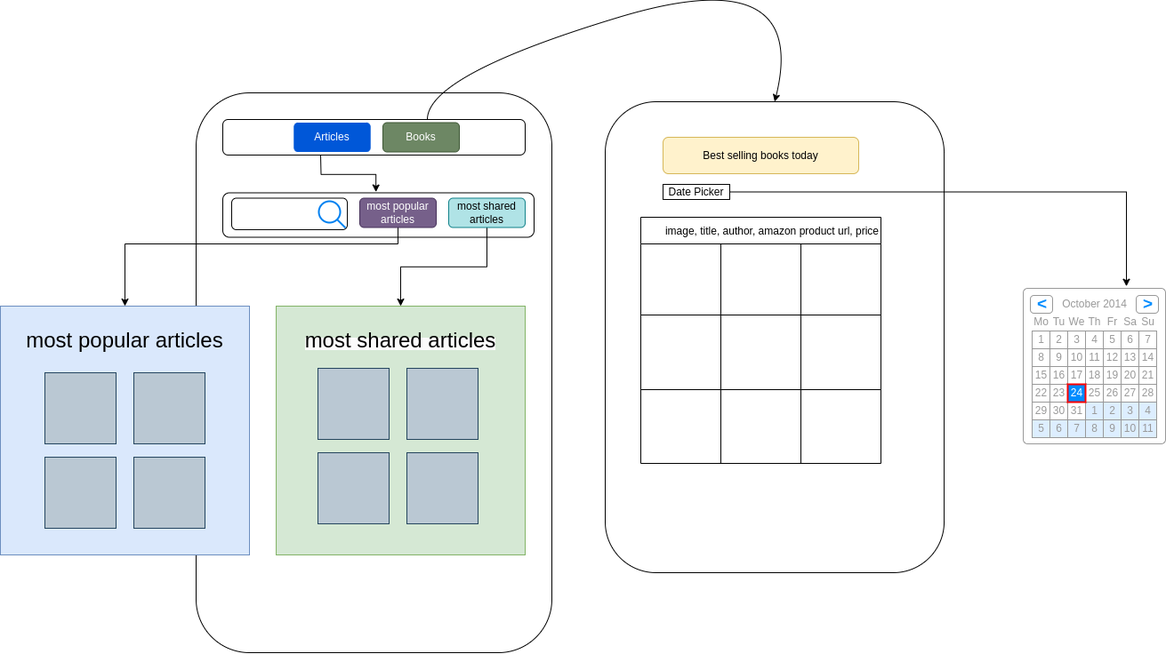
Earlier version of the draw.io export src/assets/data-flow.png (Eth3R-One/NY-Times-api-integration). Source tidied: cells renumbered, new cells last; positions are measured from the earlier drawing's top-left corner, leaving out a move shared by most shapes.
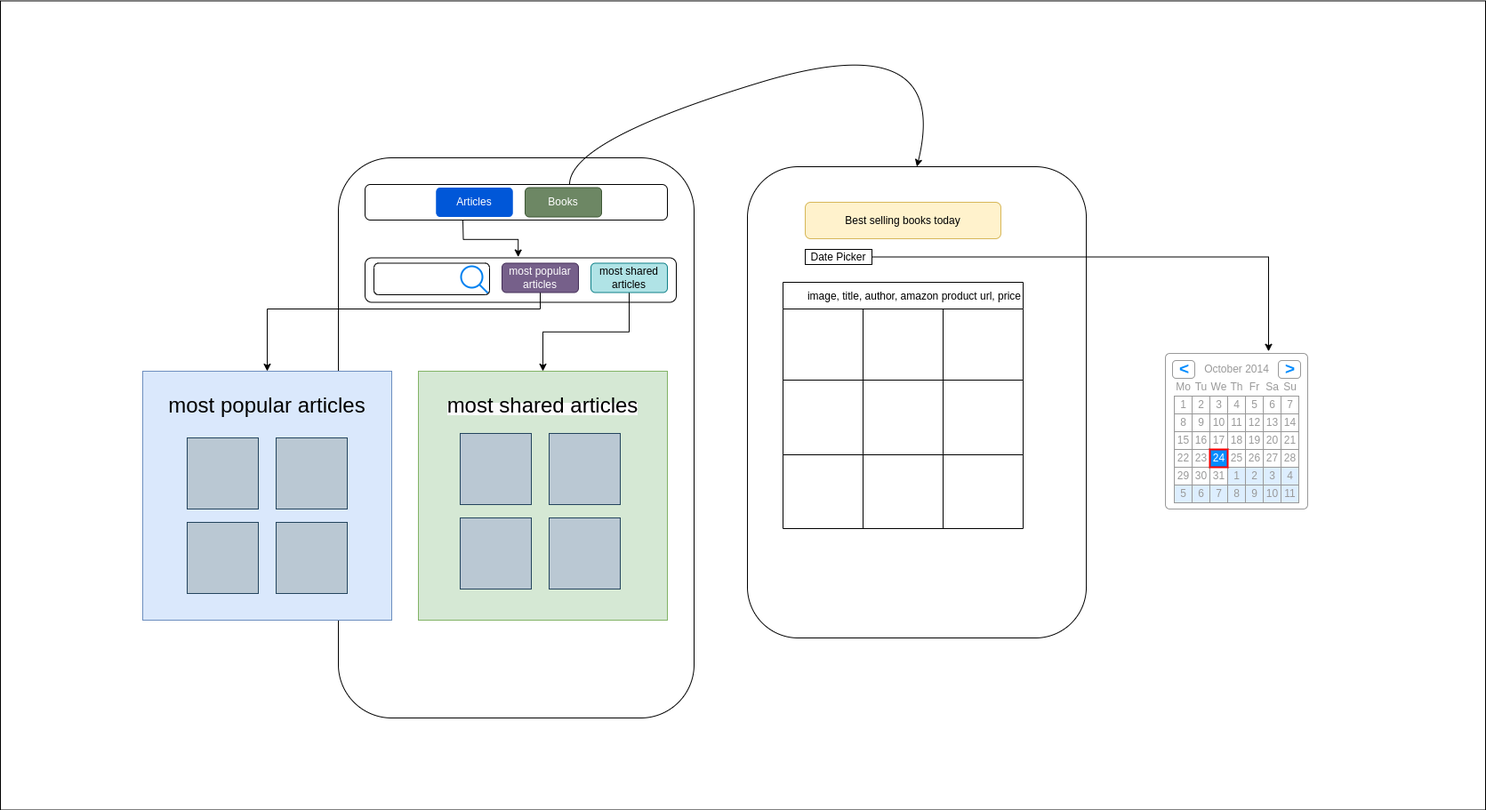
After the change.

Commit message:
added updated data flow graph

What changed in the source:
```diff
@@ -2,6 +2,9 @@
   <root>
     <mxCell id="0" />
     <mxCell id="1" parent="0" />
+    <mxCell id="96" style="rounded=0;whiteSpace=wrap;html=1;" parent="1" vertex="1">
+      <mxGeometry x="-160" y="-26.5" width="1670" height="910" as="geometry" />
+    </mxCell>
     <mxCell id="2" style="rounded=1;whiteSpace=wrap;html=1;" parent="1" vertex="1">
       <mxGeometry x="220" y="150" width="400" height="630" as="geometry" />
     </mxCell>
```
